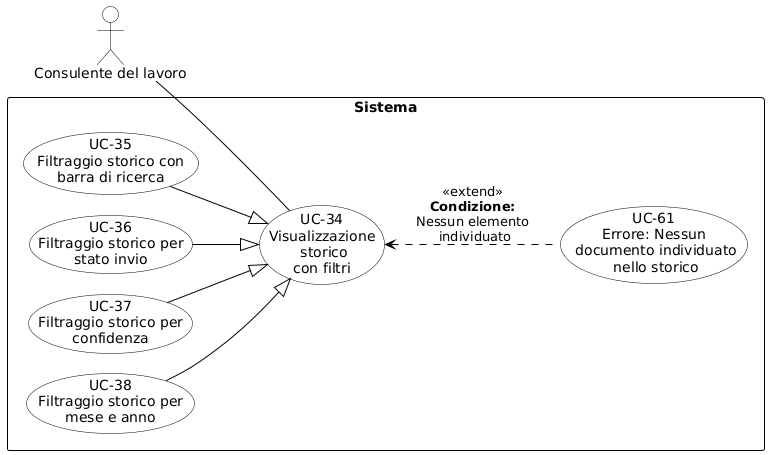
Before: RTB/Analisi dei Requisiti/diagrammi_use_case/UC-34.png, a diagram exported from PlantUML (aLittleByte-19/Documentazione).
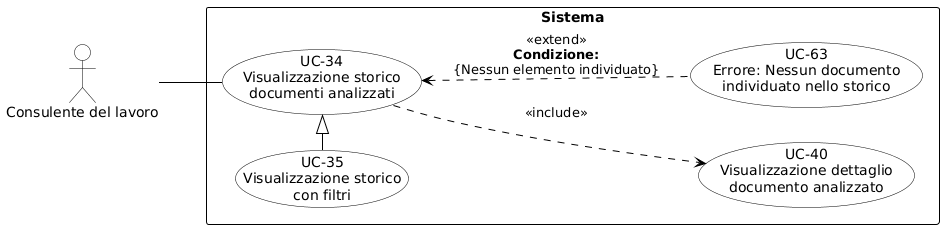
The same diagram one commit later.

Change to the diagram source:
```diff
@@ -2,8 +2,6 @@
 skinparam shadowing false
 skinparam defaultFontName Arial
 left to right direction
-skinparam nodesep 20
-skinparam ranksep 60
 
 skinparam usecase {
     BackgroundColor white
@@ -19,25 +17,19 @@
     FontStyle bold
 }
 
-actor "Consulente del lavoro" as CL
+actor "Consulente del lavoro" as cdl
 
 rectangle "Sistema" {
-    usecase "UC-34\nVisualizzazione\n storico\ncon filtri" as UC34
+    usecase "UC-34\nVisualizzazione storico\ndocumenti analizzati" as UC34
+    usecase "UC-35\nVisualizzazione storico\ncon filtri" as UC35
+    usecase "UC-40\nVisualizzazione dettaglio\ndocumento analizzato" as UC40
+    usecase "UC-63\nErrore: Nessun documento\nindividuato nello storico" as UC63
 
-    usecase "UC-35\nFiltraggio storico con\nbarra di ricerca" as UC35
-    usecase "UC-36\nFiltraggio storico per\nstato invio" as UC36
-    usecase "UC-37\nFiltraggio storico per\nconfidenza" as UC37
-    usecase "UC-38\nFiltraggio storico per\nmese e anno" as UC38
+    UC34 .down.> UC40 : \n«include»
+    UC34 <|-left- UC35
 
-    usecase "UC-61\nErrore: Nessun\n documento individuato\n nello storico" as UC61
-
-    UC35 -down-|> UC34
-    UC36 -down-|> UC34
-    UC37 -down-|> UC34
-    UC38 -down-|> UC34
-
-    UC61 .up.> UC34 : <<extend>>\n**Condizione:**\nNessun elemento\n individuato
+    UC63 .up.> UC34 : «extend»\n<b>Condizione:</b>\n{Nessun elemento individuato}
 }
 
-CL -- UC34
+cdl -- UC34
 @enduml
```
